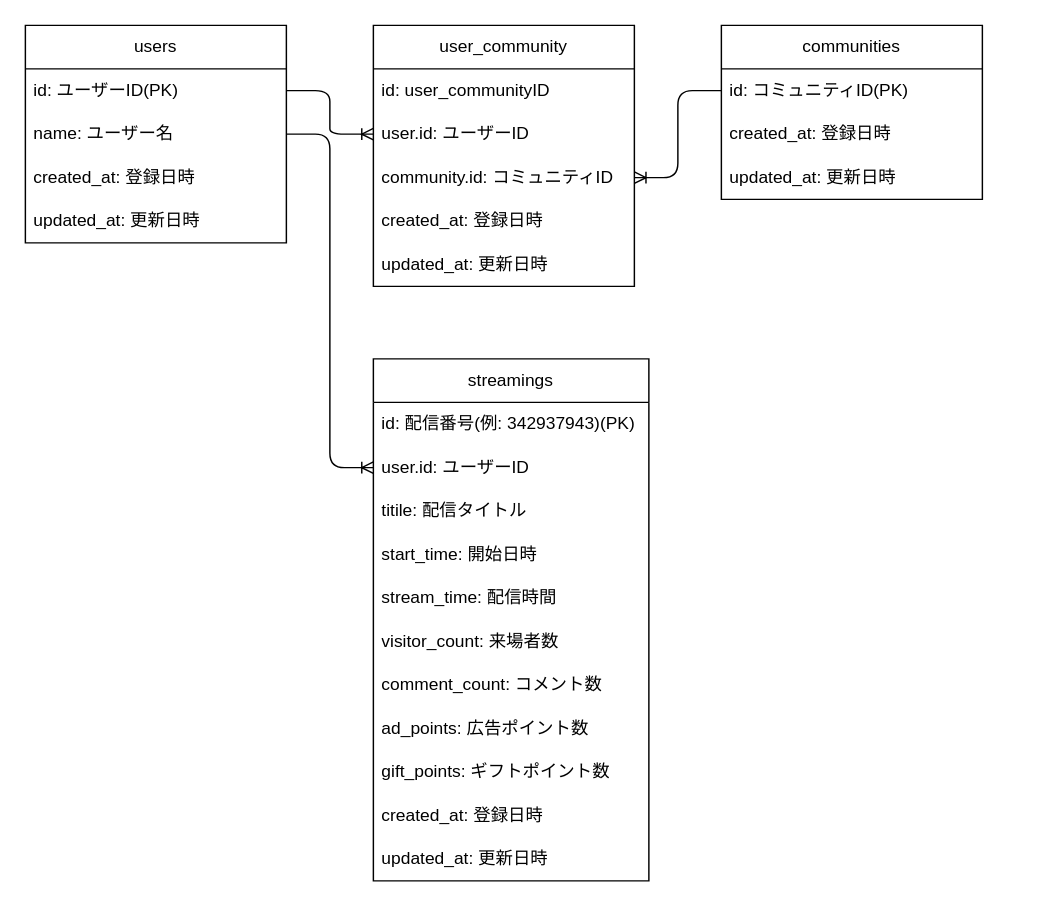
The draw.io diagram NicodbApp.drawio in MASA20201203/NicodbLaravel, before the edit. Source tidied: cells renumbered, new cells numbered last; positions are measured from the earlier drawing's top-left corner, leaving out a move shared by most shapes. Both pictures are drawn from the tidied source at 145%, with x=0, y=0 at pixel (25, 25).
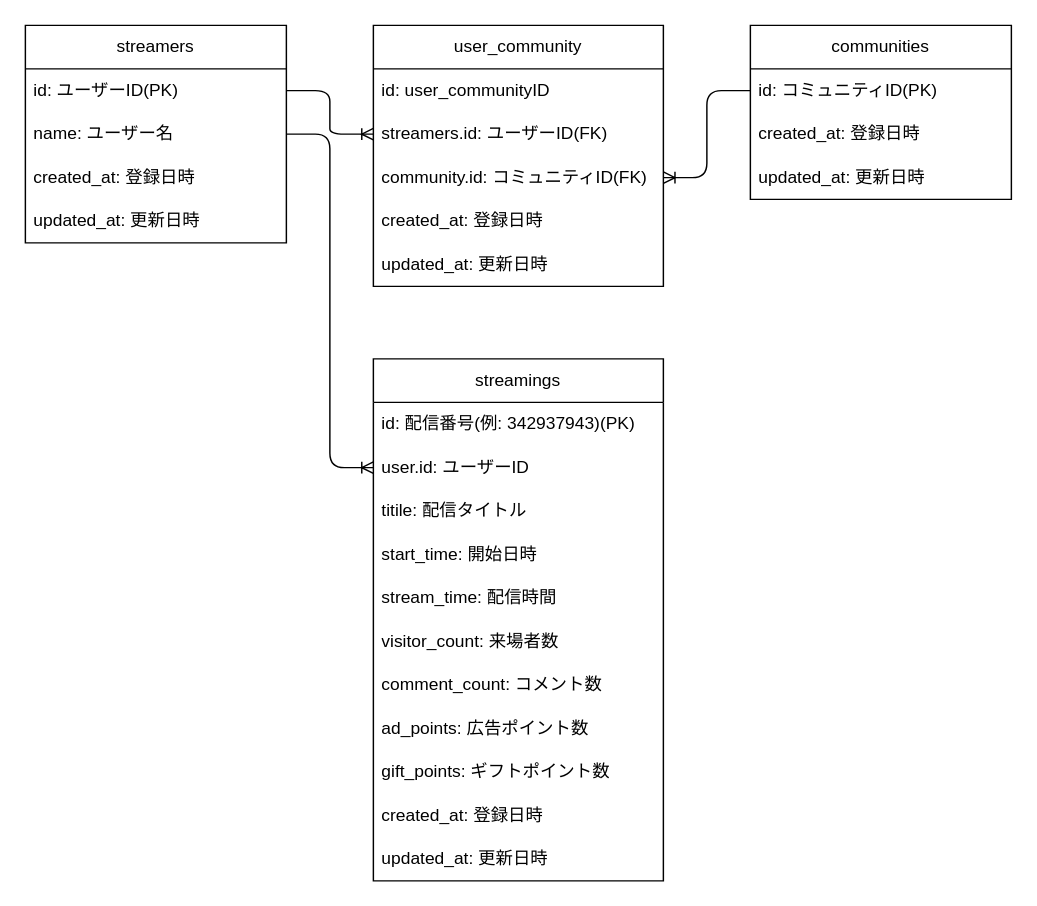
Above is the later version.

Change to the diagram source:
```diff
@@
-    <mxCell id="2" value="users" style="swimlane;fontStyle=0;horizontal=1;startSize=30;whiteSpace=wrap;html=1;" parent="1" vertex="1">
+    <mxCell id="2" value="streamers" style="swimlane;fontStyle=0;horizontal=1;startSize=30;whiteSpace=wrap;html=1;" parent="1" vertex="1">
       <mxGeometry width="180" height="150" as="geometry" />
     </mxCell>
@@
     <mxCell id="7" value="streamings" style="swimlane;fontStyle=0;horizontal=1;startSize=30;whiteSpace=wrap;html=1;" parent="1" vertex="1">
-      <mxGeometry x="240" y="230" width="190" height="360" as="geometry" />
+      <mxGeometry x="240" y="230" width="200" height="360" as="geometry" />
     </mxCell>
     <mxCell id="8" value="id: 配信番号(例: 342937943)(PK)" style="text;strokeColor=none;fillColor=none;align=left;verticalAlign=middle;spacingLeft=4;spacingRight=4;overflow=hidden;whiteSpace=wrap;html=1;" parent="7" vertex="1">
-      <mxGeometry y="30" width="190" height="30" as="geometry" />
+      <mxGeometry y="30" width="200" height="30" as="geometry" />
     </mxCell>
     <mxCell id="9" value="user.id: ユーザーID" style="text;strokeColor=none;fillColor=none;align=left;verticalAlign=middle;spacingLeft=4;spacingRight=4;overflow=hidden;points=[[0,0.5],[1,0.5]];portConstraint=eastwest;whiteSpace=wrap;html=1;" parent="7" vertex="1">
-      <mxGeometry y="60" width="190" height="30" as="geometry" />
+      <mxGeometry y="60" width="200" height="30" as="geometry" />
     </mxCell>
     <mxCell id="10" value="titile: 配信タイトル" style="text;strokeColor=none;fillColor=none;align=left;verticalAlign=middle;spacingLeft=4;spacingRight=4;overflow=hidden;whiteSpace=wrap;html=1;" parent="7" vertex="1">
-      <mxGeometry y="90" width="190" height="30" as="geometry" />
+      <mxGeometry y="90" width="200" height="30" as="geometry" />
     </mxCell>
     <mxCell id="11" value="start_time: 開始日時" style="text;strokeColor=none;fillColor=none;align=left;verticalAlign=middle;spacingLeft=4;spacingRight=4;overflow=hidden;whiteSpace=wrap;html=1;" parent="7" vertex="1">
-      <mxGeometry y="120" width="190" height="30" as="geometry" />
+      <mxGeometry y="120" width="200" height="30" as="geometry" />
     </mxCell>
     <mxCell id="12" value="stream_time: 配信時間" style="text;strokeColor=none;fillColor=none;align=left;verticalAlign=middle;spacingLeft=4;spacingRight=4;overflow=hidden;whiteSpace=wrap;html=1;" parent="7" vertex="1">
-      <mxGeometry y="150" width="190" height="30" as="geometry" />
+      <mxGeometry y="150" width="200" height="30" as="geometry" />
     </mxCell>
     <mxCell id="13" value="visitor_count: 来場者数" style="text;strokeColor=none;fillColor=none;align=left;verticalAlign=middle;spacingLeft=4;spacingRight=4;overflow=hidden;whiteSpace=wrap;html=1;" parent="7" vertex="1">
-      <mxGeometry y="180" width="190" height="30" as="geometry" />
+      <mxGeometry y="180" width="200" height="30" as="geometry" />
     </mxCell>
     <mxCell id="14" value="comment_count: コメント数" style="text;strokeColor=none;fillColor=none;align=left;verticalAlign=middle;spacingLeft=4;spacingRight=4;overflow=hidden;whiteSpace=wrap;html=1;" parent="7" vertex="1">
-      <mxGeometry y="210" width="190" height="30" as="geometry" />
+      <mxGeometry y="210" width="200" height="30" as="geometry" />
     </mxCell>
     <mxCell id="15" value="ad_points: 広告ポイント数" style="text;strokeColor=none;fillColor=none;align=left;verticalAlign=middle;spacingLeft=4;spacingRight=4;overflow=hidden;whiteSpace=wrap;html=1;" parent="7" vertex="1">
-      <mxGeometry y="240" width="190" height="30" as="geometry" />
+      <mxGeometry y="240" width="200" height="30" as="geometry" />
     </mxCell>
     <mxCell id="16" value="gift_points: ギフトポイント数" style="text;strokeColor=none;fillColor=none;align=left;verticalAlign=middle;spacingLeft=4;spacingRight=4;overflow=hidden;whiteSpace=wrap;html=1;" parent="7" vertex="1">
-      <mxGeometry y="270" width="190" height="30" as="geometry" />
+      <mxGeometry y="270" width="200" height="30" as="geometry" />
     </mxCell>
     <mxCell id="17" value="created_at: 登録日時" style="text;strokeColor=none;fillColor=none;align=left;verticalAlign=middle;spacingLeft=4;spacingRight=4;overflow=hidden;whiteSpace=wrap;html=1;" parent="7" vertex="1">
-      <mxGeometry y="300" width="190" height="30" as="geometry" />
+      <mxGeometry y="300" width="200" height="30" as="geometry" />
     </mxCell>
     <mxCell id="18" value="updated_at: 更新日時" style="text;strokeColor=none;fillColor=none;align=left;verticalAlign=middle;spacingLeft=4;spacingRight=4;overflow=hidden;whiteSpace=wrap;html=1;" parent="7" vertex="1">
-      <mxGeometry y="330" width="190" height="30" as="geometry" />
+      <mxGeometry y="330" width="200" height="30" as="geometry" />
     </mxCell>
@@
     <mxCell id="20" value="communities" style="swimlane;fontStyle=0;horizontal=1;startSize=30;whiteSpace=wrap;html=1;" parent="1" vertex="1">
-      <mxGeometry x="480" width="180" height="120" as="geometry" />
+      <mxGeometry x="500" width="180" height="120" as="geometry" />
     </mxCell>
@@
     <mxCell id="24" value="user_community" style="swimlane;fontStyle=0;horizontal=1;startSize=30;whiteSpace=wrap;html=1;" parent="1" vertex="1">
-      <mxGeometry x="240" width="180" height="180" as="geometry" />
+      <mxGeometry x="240" width="200" height="180" as="geometry" />
     </mxCell>
     <mxCell id="25" value="id: user_communityID" style="text;strokeColor=none;fillColor=none;align=left;verticalAlign=middle;spacingLeft=4;spacingRight=4;overflow=hidden;whiteSpace=wrap;html=1;" parent="24" vertex="1">
-      <mxGeometry y="30" width="180" height="30" as="geometry" />
+      <mxGeometry y="30" width="200" height="30" as="geometry" />
     </mxCell>
-    <mxCell id="26" value="user.id: ユーザーID" style="text;strokeColor=none;fillColor=none;align=left;verticalAlign=middle;spacingLeft=4;spacingRight=4;overflow=hidden;points=[[0,0.5],[1,0.5]];portConstraint=eastwest;whiteSpace=wrap;html=1;" parent="24" vertex="1">
-      <mxGeometry y="60" width="180" height="30" as="geometry" />
+    <mxCell id="26" value="streamers.id: ユーザーID(FK)" style="text;strokeColor=none;fillColor=none;align=left;verticalAlign=middle;spacingLeft=4;spacingRight=4;overflow=hidden;points=[[0,0.5],[1,0.5]];portConstraint=eastwest;whiteSpace=wrap;html=1;" parent="24" vertex="1">
+      <mxGeometry y="60" width="200" height="30" as="geometry" />
     </mxCell>
-    <mxCell id="27" value="&lt;span style=&quot;text-align: center&quot;&gt;community.&lt;/span&gt;id: コミュニティID" style="text;strokeColor=none;fillColor=none;align=left;verticalAlign=middle;spacingLeft=4;spacingRight=4;overflow=hidden;points=[[0,0.5],[1,0.5]];portConstraint=eastwest;whiteSpace=wrap;html=1;" parent="24" vertex="1">
-      <mxGeometry y="90" width="180" height="30" as="geometry" />
+    <mxCell id="27" value="&lt;span style=&quot;text-align: center&quot;&gt;community.&lt;/span&gt;id: コミュニティID(FK)" style="text;strokeColor=none;fillColor=none;align=left;verticalAlign=middle;spacingLeft=4;spacingRight=4;overflow=hidden;points=[[0,0.5],[1,0.5]];portConstraint=eastwest;whiteSpace=wrap;html=1;" parent="24" vertex="1">
+      <mxGeometry y="90" width="200" height="30" as="geometry" />
     </mxCell>
     <mxCell id="28" value="created_at: 登録日時" style="text;strokeColor=none;fillColor=none;align=left;verticalAlign=middle;spacingLeft=4;spacingRight=4;overflow=hidden;whiteSpace=wrap;html=1;" parent="24" vertex="1">
-      <mxGeometry y="120" width="180" height="30" as="geometry" />
+      <mxGeometry y="120" width="200" height="30" as="geometry" />
     </mxCell>
     <mxCell id="29" value="updated_at: 更新日時" style="text;strokeColor=none;fillColor=none;align=left;verticalAlign=middle;spacingLeft=4;spacingRight=4;overflow=hidden;whiteSpace=wrap;html=1;" parent="24" vertex="1">
-      <mxGeometry y="150" width="180" height="30" as="geometry" />
+      <mxGeometry y="150" width="200" height="30" as="geometry" />
     </mxCell>
```
